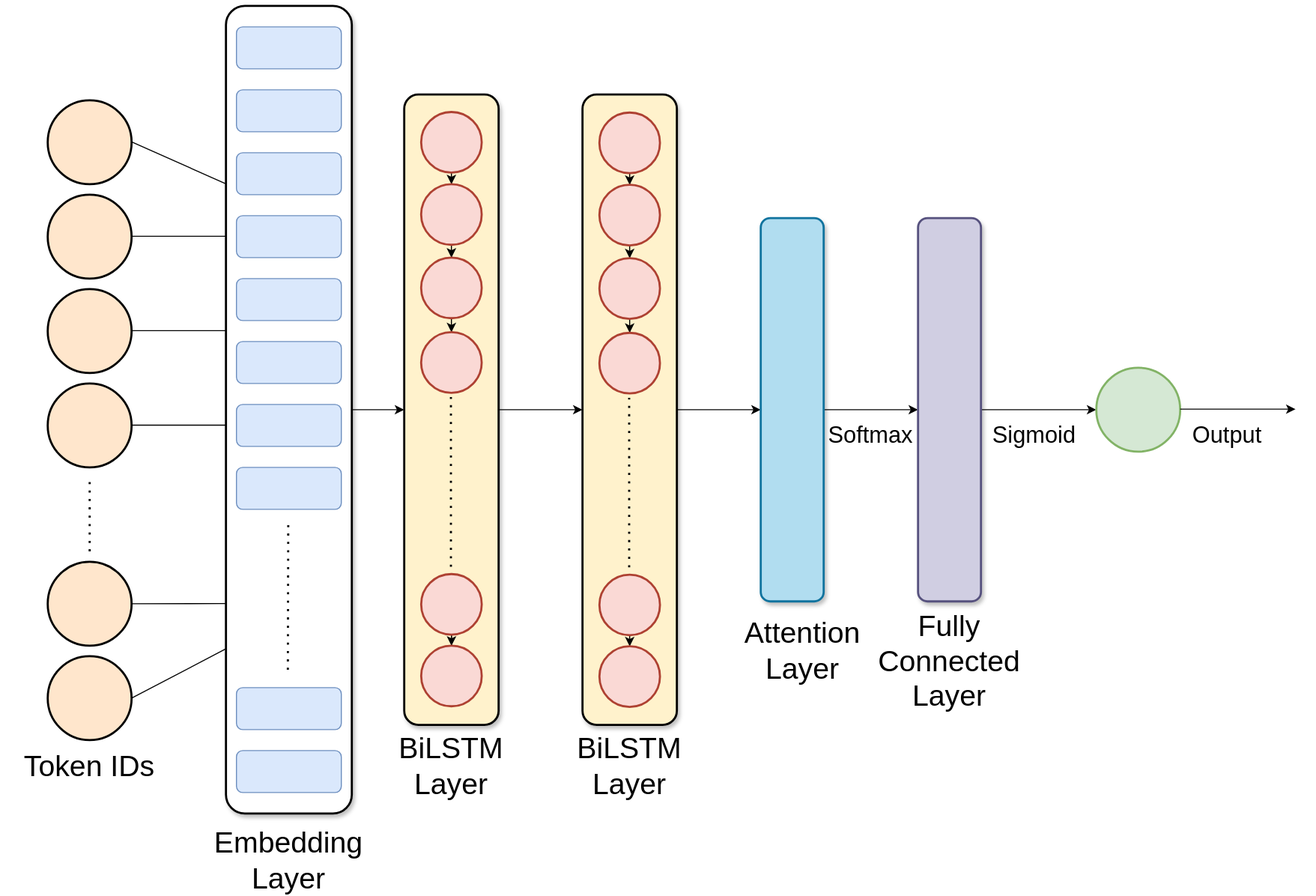
RibhavYadav/SentimentAnalysis keeps this draw.io diagram as backend/models/ModelArchitecture.svg. Above is the earlier version. Source tidied: cells renumbered, new cells last; positions are measured from the earlier drawing's top-left corner, leaving out a move shared by most shapes. Its diagram source:
```xml
<mxGraphModel>
  <root>
    <mxCell id="0" />
    <mxCell id="1" parent="0" />
    <mxCell id="2" style="ellipse;whiteSpace=wrap;html=1;fillColor=#ffe6cc;strokeColor=light-dark(#000000, #996500);strokeWidth=2;" parent="1" vertex="1">
      <mxGeometry x="45" y="90" width="80" height="80" as="geometry" />
    </mxCell>
    <mxCell id="3" style="ellipse;whiteSpace=wrap;html=1;fillColor=#ffe6cc;strokeColor=light-dark(#000000, #996500);strokeWidth=2;" parent="1" vertex="1">
      <mxGeometry x="45" y="180" width="80" height="80" as="geometry" />
    </mxCell>
    <mxCell id="4" style="ellipse;whiteSpace=wrap;html=1;fillColor=#ffe6cc;strokeColor=light-dark(#000000, #996500);strokeWidth=2;" parent="1" vertex="1">
      <mxGeometry x="45" y="270" width="80" height="80" as="geometry" />
    </mxCell>
    <mxCell id="5" style="ellipse;whiteSpace=wrap;html=1;fillColor=#ffe6cc;strokeColor=light-dark(#000000, #996500);strokeWidth=2;" parent="1" vertex="1">
      <mxGeometry x="45" y="360" width="80" height="80" as="geometry" />
    </mxCell>
    <mxCell id="6" style="endArrow=none;dashed=1;html=1;dashPattern=1 3;strokeWidth=2;rounded=0;" parent="1" edge="1">
      <mxGeometry relative="1" as="geometry">
        <mxPoint x="85" y="520" as="sourcePoint" />
        <mxPoint x="85" y="450" as="targetPoint" />
      </mxGeometry>
    </mxCell>
    <mxCell id="7" style="ellipse;whiteSpace=wrap;html=1;fillColor=#ffe6cc;strokeColor=light-dark(#000000, #996500);strokeWidth=2;" parent="1" vertex="1">
      <mxGeometry x="45" y="530" width="80" height="80" as="geometry" />
    </mxCell>
    <mxCell id="8" style="ellipse;whiteSpace=wrap;html=1;fillColor=#ffe6cc;strokeColor=light-dark(#000000, #996500);strokeWidth=2;" parent="1" vertex="1">
      <mxGeometry x="45" y="620" width="80" height="80" as="geometry" />
    </mxCell>
    <mxCell id="9" style="edgeStyle=orthogonalEdgeStyle;rounded=0;jettySize=auto;html=1;" parent="1" edge="1" source="10" target="31">
      <mxGeometry relative="1" as="geometry" />
    </mxCell>
    <mxCell id="10" style="rounded=1;whiteSpace=wrap;html=1;strokeWidth=2;glass=0;strokeColor=default;gradientColor=none;perimeterSpacing=0;shadow=1;" parent="1" vertex="1">
      <mxGeometry x="215" width="120" height="770" as="geometry" />
    </mxCell>
    <mxCell id="11" style="endArrow=none;html=1;rounded=0;entryX=0.001;entryY=0.796;entryDx=0;entryDy=0;entryPerimeter=0;" parent="1" edge="1" target="10">
      <mxGeometry relative="1" as="geometry">
        <mxPoint x="125" y="660" as="sourcePoint" />
      </mxGeometry>
    </mxCell>
    <mxCell id="12" value="&lt;font&gt;Token IDs&lt;/font&gt;" style="text;html=1;align=center;verticalAlign=middle;whiteSpace=wrap;rounded=0;fontSize=28;" parent="1" vertex="1">
      <mxGeometry y="710" width="170" height="30" as="geometry" />
    </mxCell>
    <mxCell id="13" style="endArrow=none;html=1;rounded=0;exitX=1;exitY=0.5;exitDx=0;exitDy=0;entryX=0;entryY=0.74;entryDx=0;entryDy=0;entryPerimeter=0;" parent="1" edge="1" source="7" target="10">
      <mxGeometry relative="1" as="geometry" />
    </mxCell>
    <mxCell id="14" style="endArrow=none;html=1;rounded=0;exitX=1;exitY=0.5;exitDx=0;exitDy=0;entryX=0;entryY=0.74;entryDx=0;entryDy=0;entryPerimeter=0;" parent="1" edge="1">
      <mxGeometry relative="1" as="geometry">
        <mxPoint x="125" y="399.7" as="sourcePoint" />
        <mxPoint x="215" y="399.7" as="targetPoint" />
      </mxGeometry>
    </mxCell>
    <mxCell id="15" style="endArrow=none;html=1;rounded=0;exitX=1;exitY=0.5;exitDx=0;exitDy=0;entryX=0;entryY=0.74;entryDx=0;entryDy=0;entryPerimeter=0;" parent="1" edge="1">
      <mxGeometry relative="1" as="geometry">
        <mxPoint x="125" y="309.7" as="sourcePoint" />
        <mxPoint x="215" y="309.7" as="targetPoint" />
      </mxGeometry>
    </mxCell>
    <mxCell id="16" style="endArrow=none;html=1;rounded=0;exitX=1;exitY=0.5;exitDx=0;exitDy=0;entryX=0;entryY=0.74;entryDx=0;entryDy=0;entryPerimeter=0;" parent="1" edge="1">
      <mxGeometry relative="1" as="geometry">
        <mxPoint x="125" y="219.7" as="sourcePoint" />
        <mxPoint x="215" y="219.7" as="targetPoint" />
      </mxGeometry>
    </mxCell>
    <mxCell id="17" style="endArrow=none;html=1;rounded=0;exitX=1;exitY=0.5;exitDx=0;exitDy=0;entryX=-0.004;entryY=0.22;entryDx=0;entryDy=0;entryPerimeter=0;" parent="1" edge="1" target="10">
      <mxGeometry relative="1" as="geometry">
        <mxPoint x="125" y="129.7" as="sourcePoint" />
      </mxGeometry>
    </mxCell>
    <mxCell id="18" style="rounded=1;whiteSpace=wrap;html=1;fillColor=#dae8fc;strokeColor=#6c8ebf;" parent="1" vertex="1">
      <mxGeometry x="225" y="20" width="100" height="40" as="geometry" />
    </mxCell>
    <mxCell id="19" style="rounded=1;whiteSpace=wrap;html=1;fillColor=#dae8fc;strokeColor=#6c8ebf;" parent="1" vertex="1">
      <mxGeometry x="225" y="80" width="100" height="40" as="geometry" />
    </mxCell>
    <mxCell id="20" style="rounded=1;whiteSpace=wrap;html=1;fillColor=#dae8fc;strokeColor=#6c8ebf;" parent="1" vertex="1">
      <mxGeometry x="225" y="140" width="100" height="40" as="geometry" />
    </mxCell>
    <mxCell id="21" style="rounded=1;whiteSpace=wrap;html=1;fillColor=#dae8fc;strokeColor=#6c8ebf;" parent="1" vertex="1">
      <mxGeometry x="225" y="200" width="100" height="40" as="geometry" />
    </mxCell>
    <mxCell id="22" style="rounded=1;whiteSpace=wrap;html=1;fillColor=#dae8fc;strokeColor=#6c8ebf;" parent="1" vertex="1">
      <mxGeometry x="225" y="650" width="100" height="40" as="geometry" />
    </mxCell>
    <mxCell id="23" style="rounded=1;whiteSpace=wrap;html=1;fillColor=#dae8fc;strokeColor=#6c8ebf;" parent="1" vertex="1">
      <mxGeometry x="225" y="710" width="100" height="40" as="geometry" />
    </mxCell>
    <mxCell id="24" style="rounded=1;whiteSpace=wrap;html=1;fillColor=#dae8fc;strokeColor=#6c8ebf;" parent="1" vertex="1">
      <mxGeometry x="225" y="260" width="100" height="40" as="geometry" />
    </mxCell>
    <mxCell id="25" style="rounded=1;whiteSpace=wrap;html=1;fillColor=#dae8fc;strokeColor=#6c8ebf;" parent="1" vertex="1">
      <mxGeometry x="225" y="320" width="100" height="40" as="geometry" />
    </mxCell>
    <mxCell id="26" style="rounded=1;whiteSpace=wrap;html=1;fillColor=#dae8fc;strokeColor=#6c8ebf;" parent="1" vertex="1">
      <mxGeometry x="225" y="380" width="100" height="40" as="geometry" />
    </mxCell>
    <mxCell id="27" style="rounded=1;whiteSpace=wrap;html=1;fillColor=#dae8fc;strokeColor=#6c8ebf;" parent="1" vertex="1">
      <mxGeometry x="225" y="440" width="100" height="40" as="geometry" />
    </mxCell>
    <mxCell id="28" style="endArrow=none;dashed=1;html=1;dashPattern=1 3;strokeWidth=2;rounded=0;" parent="1" edge="1">
      <mxGeometry relative="1" as="geometry">
        <mxPoint x="274" y="633" as="sourcePoint" />
        <mxPoint x="274.4" y="493" as="targetPoint" />
      </mxGeometry>
    </mxCell>
    <mxCell id="29" value="&lt;font&gt;Embedding Layer&lt;/font&gt;" style="text;html=1;align=center;verticalAlign=middle;whiteSpace=wrap;rounded=0;fontSize=28;" parent="1" vertex="1">
      <mxGeometry x="190" y="800" width="170" height="30" as="geometry" />
    </mxCell>
    <mxCell id="30" style="edgeStyle=orthogonalEdgeStyle;rounded=0;jettySize=auto;html=1;" parent="1" edge="1" source="31" target="34">
      <mxGeometry relative="1" as="geometry" />
    </mxCell>
    <mxCell id="31" style="rounded=1;whiteSpace=wrap;html=1;fillColor=#fff2cc;strokeColor=#000000;gradientColor=none;strokeWidth=2;shadow=1;" parent="1" vertex="1">
      <mxGeometry x="385" y="84.5" width="90" height="601" as="geometry" />
    </mxCell>
    <mxCell id="32" value="&lt;font&gt;BiLSTM Layer&lt;/font&gt;" style="text;html=1;align=center;verticalAlign=middle;whiteSpace=wrap;rounded=0;fontSize=28;" parent="1" vertex="1">
      <mxGeometry x="345" y="710" width="170" height="30" as="geometry" />
    </mxCell>
    <mxCell id="33" style="edgeStyle=orthogonalEdgeStyle;rounded=0;jettySize=auto;html=1;" parent="1" edge="1" source="34" target="37">
      <mxGeometry relative="1" as="geometry" />
    </mxCell>
    <mxCell id="34" style="rounded=1;whiteSpace=wrap;html=1;fillColor=#fff2cc;strokeColor=#000000;strokeWidth=2;shadow=1;" parent="1" vertex="1">
      <mxGeometry x="555" y="84.5" width="90" height="601" as="geometry" />
    </mxCell>
    <mxCell id="35" value="&lt;font&gt;BiLSTM Layer&lt;/font&gt;" style="text;html=1;align=center;verticalAlign=middle;whiteSpace=wrap;rounded=0;fontSize=28;" parent="1" vertex="1">
      <mxGeometry x="515" y="710" width="170" height="30" as="geometry" />
    </mxCell>
    <mxCell id="36" style="edgeStyle=orthogonalEdgeStyle;rounded=0;jettySize=auto;html=1;" parent="1" edge="1" source="37" target="39">
      <mxGeometry relative="1" as="geometry" />
    </mxCell>
    <mxCell id="37" style="rounded=1;whiteSpace=wrap;html=1;fillColor=#b1ddf0;strokeColor=#10739e;strokeWidth=2;shadow=1;" parent="1" vertex="1">
      <mxGeometry x="725" y="202.2" width="60" height="365.5" as="geometry" />
    </mxCell>
    <mxCell id="38" style="edgeStyle=orthogonalEdgeStyle;rounded=0;jettySize=auto;html=1;" parent="1" edge="1" source="39" target="40">
      <mxGeometry relative="1" as="geometry" />
    </mxCell>
    <mxCell id="39" style="rounded=1;whiteSpace=wrap;html=1;fillColor=#d0cee2;strokeColor=#56517e;strokeWidth=2;shadow=1;" parent="1" vertex="1">
      <mxGeometry x="875" y="202.2" width="60" height="365.5" as="geometry" />
    </mxCell>
    <mxCell id="40" style="ellipse;whiteSpace=wrap;html=1;fillColor=#d5e8d4;strokeColor=#82b366;strokeWidth=2;" parent="1" vertex="1">
      <mxGeometry x="1045" y="345" width="80" height="80" as="geometry" />
    </mxCell>
    <mxCell id="41" value="Fully Connected Layer" style="text;html=1;align=center;verticalAlign=middle;whiteSpace=wrap;rounded=0;fontSize=28;" parent="1" vertex="1">
      <mxGeometry x="820" y="610" width="170" height="30" as="geometry" />
    </mxCell>
    <mxCell id="42" value="&lt;div&gt;Softmax&lt;/div&gt;" style="text;html=1;align=center;verticalAlign=middle;whiteSpace=wrap;rounded=0;fontSize=22;" parent="1" vertex="1">
      <mxGeometry x="745" y="395" width="170" height="30" as="geometry" />
    </mxCell>
    <mxCell id="43" value="Output" style="text;html=1;align=center;verticalAlign=middle;whiteSpace=wrap;rounded=0;fontSize=22;" parent="1" vertex="1">
      <mxGeometry x="1085" y="395" width="170" height="30" as="geometry" />
    </mxCell>
    <mxCell id="44" style="edgeStyle=orthogonalEdgeStyle;rounded=0;jettySize=auto;html=1;" parent="1" edge="1" source="45" target="47">
      <mxGeometry relative="1" as="geometry" />
    </mxCell>
    <mxCell id="45" style="ellipse;whiteSpace=wrap;html=1;fillColor=#fad9d5;strokeColor=#ae4132;strokeWidth=2;" parent="1" vertex="1">
      <mxGeometry x="401.1" y="101.1" width="57.8" height="57.8" as="geometry" />
    </mxCell>
    <mxCell id="46" style="edgeStyle=orthogonalEdgeStyle;rounded=0;jettySize=auto;html=1;" parent="1" edge="1" source="47" target="53">
      <mxGeometry relative="1" as="geometry" />
    </mxCell>
    <mxCell id="47" style="ellipse;whiteSpace=wrap;html=1;fillColor=#fad9d5;strokeColor=#ae4132;strokeWidth=2;" parent="1" vertex="1">
      <mxGeometry x="401.1" y="170" width="57.8" height="57.8" as="geometry" />
    </mxCell>
    <mxCell id="48" style="edgeStyle=orthogonalEdgeStyle;rounded=0;jettySize=auto;html=1;" parent="1" edge="1" source="49" target="50">
      <mxGeometry relative="1" as="geometry" />
    </mxCell>
    <mxCell id="49" style="ellipse;whiteSpace=wrap;html=1;fillColor=#fad9d5;strokeColor=#ae4132;strokeWidth=2;" parent="1" vertex="1">
      <mxGeometry x="401.1" y="541.7" width="57.8" height="57.8" as="geometry" />
    </mxCell>
    <mxCell id="50" style="ellipse;whiteSpace=wrap;html=1;fillColor=#fad9d5;strokeColor=#ae4132;strokeWidth=2;" parent="1" vertex="1">
      <mxGeometry x="401.1" y="610" width="57.8" height="57.8" as="geometry" />
    </mxCell>
    <mxCell id="51" style="endArrow=none;dashed=1;html=1;dashPattern=1 3;strokeWidth=2;rounded=0;" parent="1" edge="1">
      <mxGeometry relative="1" as="geometry">
        <mxPoint x="429.5" y="534.7" as="sourcePoint" />
        <mxPoint x="429.5" y="373" as="targetPoint" />
      </mxGeometry>
    </mxCell>
    <mxCell id="52" style="edgeStyle=orthogonalEdgeStyle;rounded=0;jettySize=auto;html=1;" parent="1" edge="1" source="53" target="54">
      <mxGeometry relative="1" as="geometry" />
    </mxCell>
    <mxCell id="53" style="ellipse;whiteSpace=wrap;html=1;fillColor=#fad9d5;strokeColor=#ae4132;strokeWidth=2;" parent="1" vertex="1">
      <mxGeometry x="401.1" y="240" width="57.8" height="57.8" as="geometry" />
    </mxCell>
    <mxCell id="54" style="ellipse;whiteSpace=wrap;html=1;fillColor=#fad9d5;strokeColor=#ae4132;strokeWidth=2;" parent="1" vertex="1">
      <mxGeometry x="401.1" y="311.1" width="57.8" height="57.8" as="geometry" />
    </mxCell>
    <mxCell id="55" style="edgeStyle=orthogonalEdgeStyle;rounded=0;jettySize=auto;html=1;" parent="1" edge="1" source="56" target="58">
      <mxGeometry relative="1" as="geometry" />
    </mxCell>
    <mxCell id="56" style="ellipse;whiteSpace=wrap;html=1;fillColor=#fad9d5;strokeColor=#ae4132;strokeWidth=2;" parent="1" vertex="1">
      <mxGeometry x="571.1" y="101.7" width="57.8" height="57.8" as="geometry" />
    </mxCell>
    <mxCell id="57" style="edgeStyle=orthogonalEdgeStyle;rounded=0;jettySize=auto;html=1;" parent="1" edge="1" source="58" target="60">
      <mxGeometry relative="1" as="geometry" />
    </mxCell>
    <mxCell id="58" style="ellipse;whiteSpace=wrap;html=1;fillColor=#fad9d5;strokeColor=#ae4132;strokeWidth=2;" parent="1" vertex="1">
      <mxGeometry x="571.1" y="170.6" width="57.8" height="57.8" as="geometry" />
    </mxCell>
    <mxCell id="59" style="edgeStyle=orthogonalEdgeStyle;rounded=0;jettySize=auto;html=1;" parent="1" edge="1" source="60" target="61">
      <mxGeometry relative="1" as="geometry" />
    </mxCell>
    <mxCell id="60" style="ellipse;whiteSpace=wrap;html=1;fillColor=#fad9d5;strokeColor=#ae4132;strokeWidth=2;" parent="1" vertex="1">
      <mxGeometry x="571.1" y="240.6" width="57.8" height="57.8" as="geometry" />
    </mxCell>
    <mxCell id="61" style="ellipse;whiteSpace=wrap;html=1;fillColor=#fad9d5;strokeColor=#ae4132;strokeWidth=2;" parent="1" vertex="1">
      <mxGeometry x="571.1" y="311.7" width="57.8" height="57.8" as="geometry" />
    </mxCell>
    <mxCell id="62" style="endArrow=none;dashed=1;html=1;dashPattern=1 3;strokeWidth=2;rounded=0;" parent="1" edge="1">
      <mxGeometry relative="1" as="geometry">
        <mxPoint x="599.5" y="535.2" as="sourcePoint" />
        <mxPoint x="599.5" y="373.6" as="targetPoint" />
      </mxGeometry>
    </mxCell>
    <mxCell id="63" style="edgeStyle=orthogonalEdgeStyle;rounded=0;jettySize=auto;html=1;" parent="1" edge="1" source="64" target="65">
      <mxGeometry relative="1" as="geometry" />
    </mxCell>
    <mxCell id="64" style="ellipse;whiteSpace=wrap;html=1;fillColor=#fad9d5;strokeColor=#ae4132;strokeWidth=2;" parent="1" vertex="1">
      <mxGeometry x="571.1" y="542.2" width="57.8" height="57.8" as="geometry" />
    </mxCell>
    <mxCell id="65" style="ellipse;whiteSpace=wrap;html=1;fillColor=#fad9d5;strokeColor=#ae4132;strokeWidth=2;" parent="1" vertex="1">
      <mxGeometry x="571.1" y="610.6" width="57.8" height="57.8" as="geometry" />
    </mxCell>
    <mxCell id="66" style="edgeStyle=orthogonalEdgeStyle;rounded=0;orthogonalLoop=1;jettySize=auto;html=1;" parent="1" edge="1">
      <mxGeometry relative="1" as="geometry">
        <mxPoint x="1125" y="384.5" as="sourcePoint" />
        <mxPoint x="1235" y="384.5" as="targetPoint" />
      </mxGeometry>
    </mxCell>
    <mxCell id="67" value="Sigmoid" style="text;html=1;align=center;verticalAlign=middle;whiteSpace=wrap;rounded=0;fontSize=22;" parent="1" vertex="1">
      <mxGeometry x="901" y="395" width="170" height="30" as="geometry" />
    </mxCell>
    <mxCell id="68" value="&lt;font&gt;Attention Layer&lt;/font&gt;" style="text;html=1;align=center;verticalAlign=middle;whiteSpace=wrap;rounded=0;fontSize=28;" parent="1" vertex="1">
      <mxGeometry x="680" y="600" width="170" height="30" as="geometry" />
    </mxCell>
  </root>
</mxGraphModel>
```
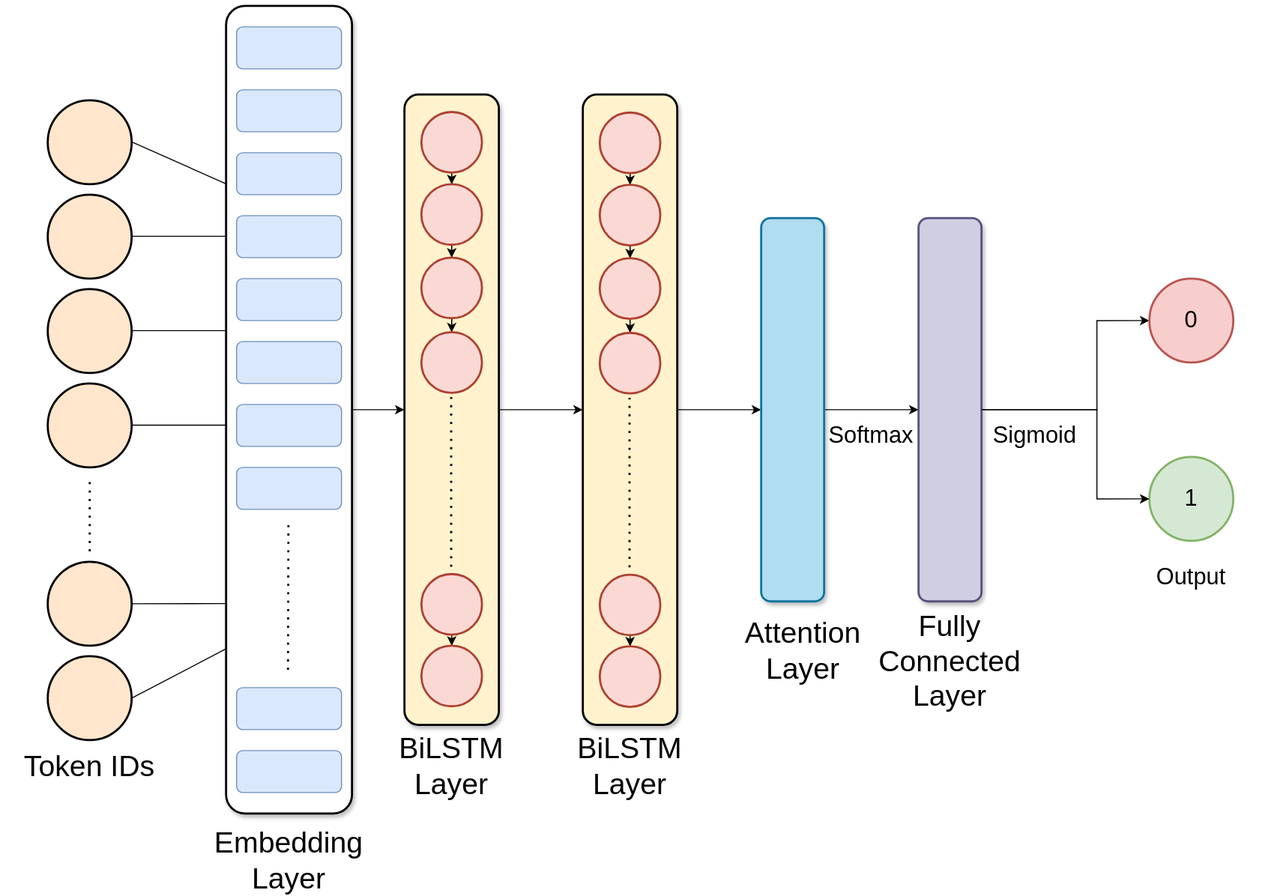
Above is the later version.

Change to the diagram source:
```diff
@@ -129,15 +129,17 @@
     <mxCell id="37" style="rounded=1;whiteSpace=wrap;html=1;fillColor=#b1ddf0;strokeColor=#10739e;strokeWidth=2;shadow=1;" parent="1" vertex="1">
       <mxGeometry x="725" y="202.2" width="60" height="365.5" as="geometry" />
     </mxCell>
-    <mxCell id="38" style="edgeStyle=orthogonalEdgeStyle;rounded=0;jettySize=auto;html=1;" parent="1" edge="1" source="39" target="40">
-      <mxGeometry relative="1" as="geometry" />
+    <mxCell id="38" style="edgeStyle=orthogonalEdgeStyle;rounded=0;jettySize=auto;html=1;entryX=0;entryY=0.5;entryDx=0;entryDy=0;" parent="1" edge="1" source="39" target="70">
+      <mxGeometry relative="1" as="geometry">
+        <Array as="points">
+          <mxPoint x="1045" y="385" />
+          <mxPoint x="1045" y="300" />
+        </Array>
+      </mxGeometry>
     </mxCell>
     <mxCell id="39" style="rounded=1;whiteSpace=wrap;html=1;fillColor=#d0cee2;strokeColor=#56517e;strokeWidth=2;shadow=1;" parent="1" vertex="1">
       <mxGeometry x="875" y="202.2" width="60" height="365.5" as="geometry" />
     </mxCell>
-    <mxCell id="40" style="ellipse;whiteSpace=wrap;html=1;fillColor=#d5e8d4;strokeColor=#82b366;strokeWidth=2;" parent="1" vertex="1">
-      <mxGeometry x="1045" y="345" width="80" height="80" as="geometry" />
-    </mxCell>
     <mxCell id="41" value="Fully Connected Layer" style="text;html=1;align=center;verticalAlign=middle;whiteSpace=wrap;rounded=0;fontSize=28;" parent="1" vertex="1">
       <mxGeometry x="820" y="610" width="170" height="30" as="geometry" />
     </mxCell>
@@ -145,7 +147,7 @@
       <mxGeometry x="745" y="395" width="170" height="30" as="geometry" />
     </mxCell>
     <mxCell id="43" value="Output" style="text;html=1;align=center;verticalAlign=middle;whiteSpace=wrap;rounded=0;fontSize=22;" parent="1" vertex="1">
-      <mxGeometry x="1085" y="395" width="170" height="30" as="geometry" />
+      <mxGeometry x="1050" y="530" width="170" height="30" as="geometry" />
     </mxCell>
     <mxCell id="44" style="edgeStyle=orthogonalEdgeStyle;rounded=0;jettySize=auto;html=1;" parent="1" edge="1" source="45" target="47">
       <mxGeometry relative="1" as="geometry" />
@@ -219,17 +221,31 @@
     <mxCell id="65" style="ellipse;whiteSpace=wrap;html=1;fillColor=#fad9d5;strokeColor=#ae4132;strokeWidth=2;" parent="1" vertex="1">
       <mxGeometry x="571.1" y="610.6" width="57.8" height="57.8" as="geometry" />
     </mxCell>
-    <mxCell id="66" style="edgeStyle=orthogonalEdgeStyle;rounded=0;orthogonalLoop=1;jettySize=auto;html=1;" parent="1" edge="1">
-      <mxGeometry relative="1" as="geometry">
-        <mxPoint x="1125" y="384.5" as="sourcePoint" />
-        <mxPoint x="1235" y="384.5" as="targetPoint" />
-      </mxGeometry>
-    </mxCell>
     <mxCell id="67" value="Sigmoid" style="text;html=1;align=center;verticalAlign=middle;whiteSpace=wrap;rounded=0;fontSize=22;" parent="1" vertex="1">
       <mxGeometry x="901" y="395" width="170" height="30" as="geometry" />
     </mxCell>
     <mxCell id="68" value="&lt;font&gt;Attention Layer&lt;/font&gt;" style="text;html=1;align=center;verticalAlign=middle;whiteSpace=wrap;rounded=0;fontSize=28;" parent="1" vertex="1">
       <mxGeometry x="680" y="600" width="170" height="30" as="geometry" />
     </mxCell>
+    <mxCell id="69" style="ellipse;whiteSpace=wrap;html=1;fillColor=#d5e8d4;strokeColor=#82b366;strokeWidth=2;" parent="1" vertex="1">
+      <mxGeometry x="1095" y="430" width="80" height="80" as="geometry" />
+    </mxCell>
+    <mxCell id="70" style="ellipse;whiteSpace=wrap;html=1;fillColor=#f8cecc;strokeColor=#b85450;strokeWidth=2;" parent="1" vertex="1">
+      <mxGeometry x="1095" y="260" width="80" height="80" as="geometry" />
+    </mxCell>
+    <mxCell id="71" style="edgeStyle=orthogonalEdgeStyle;rounded=0;jettySize=auto;html=1;entryX=0;entryY=0.5;entryDx=0;entryDy=0;exitX=1;exitY=0.5;exitDx=0;exitDy=0;" parent="1" edge="1" source="39" target="69">
+      <mxGeometry relative="1" as="geometry">
+        <Array as="points">
+          <mxPoint x="1045" y="385" />
+          <mxPoint x="1045" y="470" />
+        </Array>
+      </mxGeometry>
+    </mxCell>
+    <mxCell id="72" value="0" style="text;html=1;align=center;verticalAlign=middle;whiteSpace=wrap;rounded=0;fontSize=22;" parent="1" vertex="1">
+      <mxGeometry x="1105" y="285" width="60" height="30" as="geometry" />
+    </mxCell>
+    <mxCell id="73" value="1" style="text;html=1;align=center;verticalAlign=middle;whiteSpace=wrap;rounded=0;fontSize=22;" parent="1" vertex="1">
+      <mxGeometry x="1105" y="455" width="60" height="30" as="geometry" />
+    </mxCell>
   </root>
 </mxGraphModel>
```
